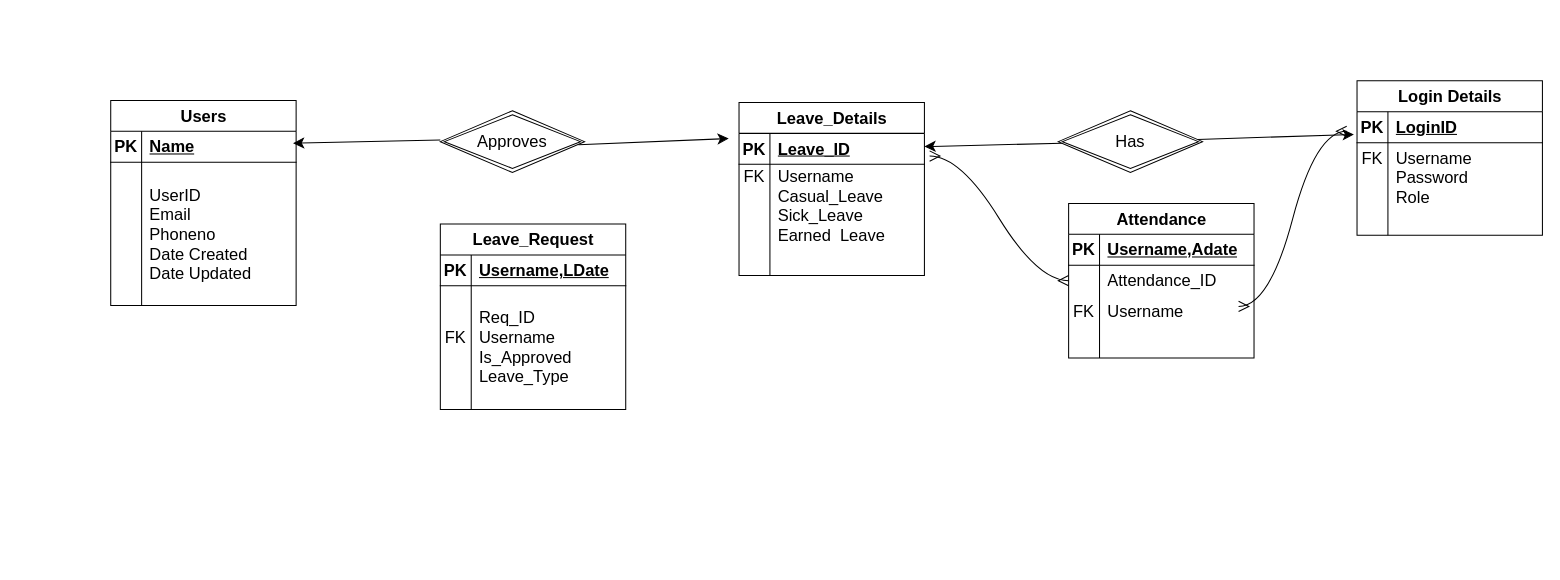
The draw.io diagram Untitled Diagram.drawio in PoojaSharma2906/Chatting-Application-Java, before the edit. Source tidied: cells renumbered, new cells numbered last; positions are measured from the earlier drawing's top-left corner, leaving out a move shared by most shapes. Both pictures are drawn from the tidied source at 103%, with x=0, y=0 at pixel (110, 80).
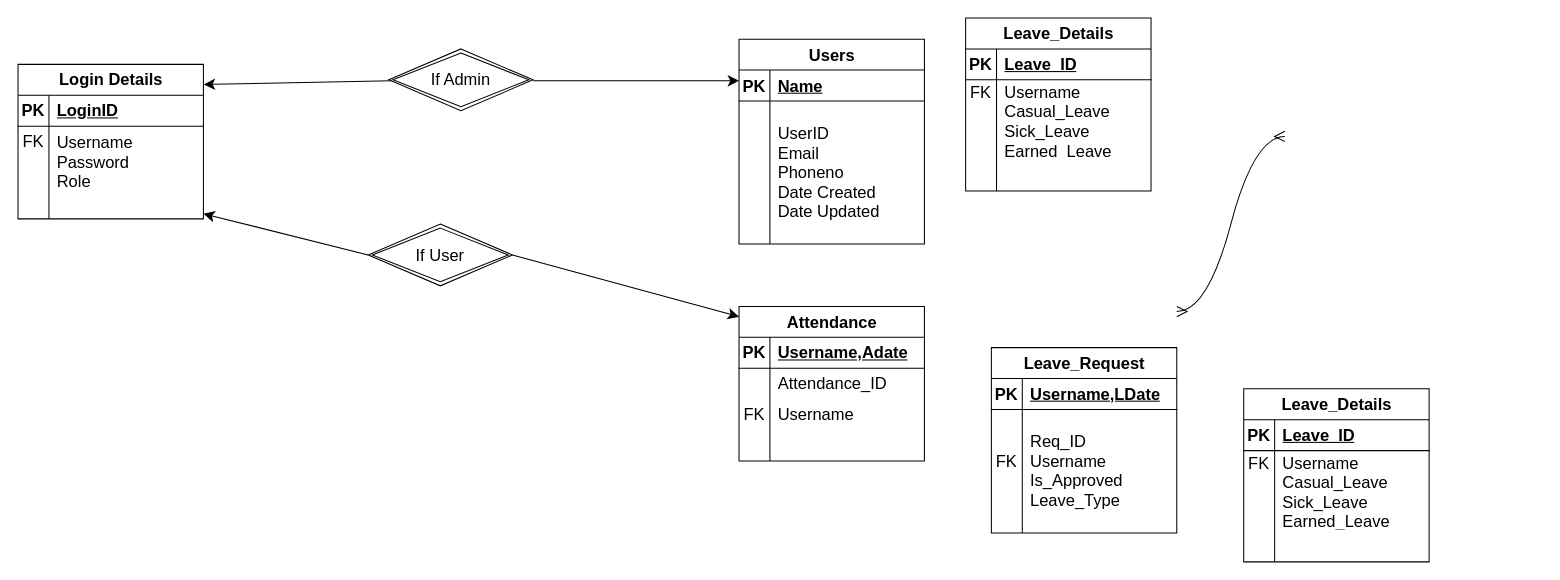
The same diagram, later.

Unchanged cells that the change refers to:
```xml
<mxCell id="3" style="shape=tableRow;horizontal=0;startSize=0;swimlaneHead=0;swimlaneBody=0;fillColor=none;points=[[0,0.5],[1,0.5]];portConstraint=eastwest;top=0;left=0;right=0;bottom=1;fontSize=16;" parent="2" vertex="1">
  <mxGeometry y="30" width="180" height="30" as="geometry" />
</mxCell>
<mxCell id="13" style="shape=tableRow;horizontal=0;startSize=0;swimlaneHead=0;swimlaneBody=0;fillColor=none;points=[[0,0.5],[1,0.5]];portConstraint=eastwest;top=0;left=0;right=0;bottom=1;fontSize=16;" parent="12" vertex="1">
  <mxGeometry y="30" width="180" height="30" as="geometry" />
</mxCell>
```

Diff of the diagram source:
```diff
@@
     <mxCell id="2" value="Leave_Details" style="shape=table;startSize=30;childLayout=tableLayout;rowLines=0;fontStyle=1;align=center;html=1;fontSize=16;" parent="1" vertex="1">
-      <mxGeometry x="610" y="21" width="180" height="168" as="geometry" />
+      <mxGeometry x="830" y="-61" width="180" height="168" as="geometry" />
     </mxCell>
@@
     <mxCell id="12" value="Login Details" style="shape=table;startSize=30;childLayout=tableLayout;rowLines=0;fontStyle=1;align=center;html=1;fontSize=16;" parent="1" vertex="1">
-      <mxGeometry x="1210" width="180" height="150" as="geometry" />
+      <mxGeometry x="-90" y="-16" width="180" height="150" as="geometry" />
     </mxCell>
@@
-    <mxCell id="25" style="edgeStyle=none;curved=1;rounded=0;jettySize=auto;html=1;fontSize=12;startSize=8;endSize=8;" parent="1" edge="1" source="27" target="3">
-      <mxGeometry relative="1" as="geometry" />
-    </mxCell>
-    <mxCell id="26" style="edgeStyle=none;curved=1;rounded=0;jettySize=auto;html=1;entryX=-0.017;entryY=0.733;entryDx=0;entryDy=0;entryPerimeter=0;fontSize=12;startSize=8;endSize=8;" parent="1" edge="1" source="27" target="13">
-      <mxGeometry relative="1" as="geometry" />
-    </mxCell>
-    <mxCell id="27" value="Has" style="shape=rhombus;double=1;perimeter=rhombusPerimeter;whiteSpace=wrap;html=1;align=center;fontSize=16;" parent="1" vertex="1">
-      <mxGeometry x="920" y="29" width="140" height="60" as="geometry" />
-    </mxCell>
     <mxCell id="28" value="Username&lt;br&gt;Password&lt;br&gt;Role" style="shape=partialRectangle;fillColor=none;top=0;left=0;bottom=0;right=0;align=left;spacingLeft=6;overflow=hidden;whiteSpace=wrap;html=1;fontSize=16;" parent="1" vertex="1">
-      <mxGeometry x="1240" y="54" width="150" height="80" as="geometry" />
+      <mxGeometry x="-60" y="39" width="150" height="80" as="geometry" />
     </mxCell>
     <mxCell id="29" value="Attendance" style="shape=table;startSize=30;childLayout=tableLayout;rowLines=0;fontStyle=1;align=center;html=1;fontSize=16;" parent="1" vertex="1">
-      <mxGeometry x="930" y="119" width="180" height="150" as="geometry" />
+      <mxGeometry x="610" y="219" width="180" height="150" as="geometry" />
     </mxCell>
@@
-    <mxCell id="42" style="edgeStyle=entityRelationEdgeStyle;fontSize=12;html=1;endArrow=ERmany;startArrow=ERmany;rounded=0;startSize=8;endSize=8;curved=1;exitX=1.028;exitY=0.733;exitDx=0;exitDy=0;exitPerimeter=0;" parent="1" edge="1" source="3">
-      <mxGeometry relative="1" as="geometry">
-        <mxPoint x="930" y="194" as="targetPoint" />
-      </mxGeometry>
-    </mxCell>
     <mxCell id="43" style="edgeStyle=entityRelationEdgeStyle;fontSize=12;html=1;endArrow=ERmany;startArrow=ERmany;rounded=0;startSize=8;endSize=8;curved=1;exitX=1.028;exitY=0.733;exitDx=0;exitDy=0;exitPerimeter=0;" parent="1" edge="1">
       <mxGeometry relative="1" as="geometry">
-        <mxPoint x="1095" y="219" as="sourcePoint" />
-        <mxPoint x="1200" y="49" as="targetPoint" />
+        <mxPoint x="1035" y="224" as="sourcePoint" />
+        <mxPoint x="1140" y="54" as="targetPoint" />
       </mxGeometry>
     </mxCell>
     <mxCell id="44" value="Users" style="shape=table;startSize=30;childLayout=tableLayout;rowLines=0;fontStyle=1;align=center;html=1;fontSize=16;" parent="1" vertex="1">
-      <mxGeometry y="19" width="180" height="199" as="geometry" />
+      <mxGeometry x="610" y="-40.5" width="180" height="199" as="geometry" />
     </mxCell>
@@
-    <mxCell id="51" style="edgeStyle=none;curved=1;rounded=0;orthogonalLoop=1;jettySize=auto;html=1;fontSize=12;startSize=8;endSize=8;" parent="1" edge="1">
+    <mxCell id="51" style="edgeStyle=none;curved=1;rounded=0;jettySize=auto;html=1;fontSize=12;startSize=8;endSize=8;entryX=1.002;entryY=0.13;entryDx=0;entryDy=0;entryPerimeter=0;" parent="1" edge="1" target="12">
       <mxGeometry relative="1" as="geometry">
-        <mxPoint x="320" y="57.5" as="sourcePoint" />
-        <mxPoint x="177" y="60.5" as="targetPoint" />
+        <mxPoint x="273" as="sourcePoint" />
       </mxGeometry>
     </mxCell>
-    <mxCell id="52" value="Approves" style="shape=rhombus;double=1;perimeter=rhombusPerimeter;whiteSpace=wrap;html=1;align=center;fontSize=16;" parent="1" vertex="1">
-      <mxGeometry x="320" y="29" width="140" height="60" as="geometry" />
+    <mxCell id="52" value="If Admin" style="shape=rhombus;double=1;perimeter=rhombusPerimeter;whiteSpace=wrap;html=1;align=center;fontSize=16;" parent="1" vertex="1">
+      <mxGeometry x="270" y="-31" width="140" height="60" as="geometry" />
     </mxCell>
     <mxCell id="53" style="edgeStyle=none;curved=1;rounded=0;orthogonalLoop=1;jettySize=auto;html=1;fontSize=12;startSize=8;endSize=8;" parent="1" edge="1">
       <mxGeometry relative="1" as="geometry">
-        <mxPoint x="454" y="62" as="sourcePoint" />
-        <mxPoint x="600" y="56" as="targetPoint" />
+        <mxPoint x="410" as="sourcePoint" />
+        <mxPoint x="610" as="targetPoint" />
       </mxGeometry>
     </mxCell>
     <mxCell id="54" value="Leave_Request" style="shape=table;startSize=30;childLayout=tableLayout;rowLines=0;fontStyle=1;align=center;html=1;fontSize=16;" parent="1" vertex="1">
-      <mxGeometry x="320" y="139" width="180" height="180" as="geometry" />
+      <mxGeometry x="855" y="259" width="180" height="180" as="geometry" />
     </mxCell>
@@
+    <mxCell id="64" style="edgeStyle=none;curved=1;rounded=0;orthogonalLoop=1;jettySize=auto;html=1;fontSize=12;startSize=8;endSize=8;" parent="1" edge="1">
+      <mxGeometry relative="1" as="geometry">
+        <mxPoint x="250" y="169" as="sourcePoint" />
+        <mxPoint x="90" y="129" as="targetPoint" />
+      </mxGeometry>
+    </mxCell>
+    <mxCell id="65" value="If User" style="shape=rhombus;double=1;perimeter=rhombusPerimeter;whiteSpace=wrap;html=1;align=center;fontSize=16;rotation=0;" parent="1" vertex="1">
+      <mxGeometry x="250" y="139" width="140" height="60" as="geometry" />
+    </mxCell>
+    <mxCell id="66" style="edgeStyle=none;curved=1;rounded=0;jettySize=auto;html=1;fontSize=12;startSize=8;endSize=8;exitX=1;exitY=0.5;exitDx=0;exitDy=0;" parent="1" edge="1" source="65">
+      <mxGeometry relative="1" as="geometry">
+        <mxPoint x="610" y="229" as="targetPoint" />
+      </mxGeometry>
+    </mxCell>
+    <mxCell id="67" value="Leave_Details" style="shape=table;startSize=30;childLayout=tableLayout;rowLines=0;fontStyle=1;align=center;html=1;fontSize=16;" parent="1" vertex="1">
+      <mxGeometry x="1100" y="299" width="180" height="168" as="geometry" />
+    </mxCell>
+    <mxCell id="68" style="shape=tableRow;horizontal=0;startSize=0;swimlaneHead=0;swimlaneBody=0;fillColor=none;top=0;left=0;right=0;bottom=1;fontSize=16;" parent="67" vertex="1">
+      <mxGeometry y="30" width="180" height="30" as="geometry" />
+    </mxCell>
+    <mxCell id="69" value="PK" style="shape=partialRectangle;fillColor=none;top=0;left=0;bottom=0;right=0;fontStyle=1;overflow=hidden;whiteSpace=wrap;html=1;fontSize=16;" parent="68" vertex="1">
+      <mxGeometry width="30" height="30" as="geometry" />
+    </mxCell>
+    <mxCell id="70" value="Leave_ID" style="shape=partialRectangle;fillColor=none;top=0;left=0;bottom=0;right=0;align=left;spacingLeft=6;fontStyle=5;overflow=hidden;whiteSpace=wrap;html=1;fontSize=16;" parent="68" vertex="1">
+      <mxGeometry x="30" width="150" height="30" as="geometry" />
+    </mxCell>
+    <mxCell id="71" style="shape=tableRow;horizontal=0;startSize=0;swimlaneHead=0;swimlaneBody=0;fillColor=none;top=0;left=0;right=0;bottom=0;fontSize=16;" parent="67" vertex="1">
+      <mxGeometry y="60" width="180" height="78" as="geometry" />
+    </mxCell>
+    <mxCell id="72" value="FK&lt;br&gt;&lt;br&gt;&lt;br&gt;&lt;br&gt;" style="shape=partialRectangle;fillColor=none;top=0;left=0;bottom=0;right=0;overflow=hidden;whiteSpace=wrap;html=1;fontSize=16;" parent="71" vertex="1">
+      <mxGeometry width="30" height="78" as="geometry" />
+    </mxCell>
+    <mxCell id="73" value="Username&lt;br&gt;Casual_Leave&lt;br&gt;Sick_Leave&lt;br&gt;Earned_Leave&lt;br&gt;" style="shape=partialRectangle;fillColor=none;top=0;left=0;bottom=0;right=0;align=left;spacingLeft=6;overflow=hidden;whiteSpace=wrap;html=1;fontSize=16;" parent="71" vertex="1">
+      <mxGeometry x="30" width="150" height="78" as="geometry" />
+    </mxCell>
+    <mxCell id="74" style="shape=tableRow;horizontal=0;startSize=0;swimlaneHead=0;swimlaneBody=0;fillColor=none;top=0;left=0;right=0;bottom=0;fontSize=16;" parent="67" vertex="1">
+      <mxGeometry y="138" width="180" height="30" as="geometry" />
+    </mxCell>
+    <mxCell id="75" style="shape=partialRectangle;fillColor=none;top=0;left=0;bottom=0;right=0;overflow=hidden;whiteSpace=wrap;html=1;fontSize=16;" parent="74" vertex="1">
+      <mxGeometry width="30" height="30" as="geometry" />
+    </mxCell>
+    <mxCell id="76" style="shape=partialRectangle;fillColor=none;top=0;left=0;bottom=0;right=0;align=left;spacingLeft=6;overflow=hidden;whiteSpace=wrap;html=1;fontSize=16;" parent="74" vertex="1">
+      <mxGeometry x="30" width="150" height="30" as="geometry" />
+    </mxCell>
```
